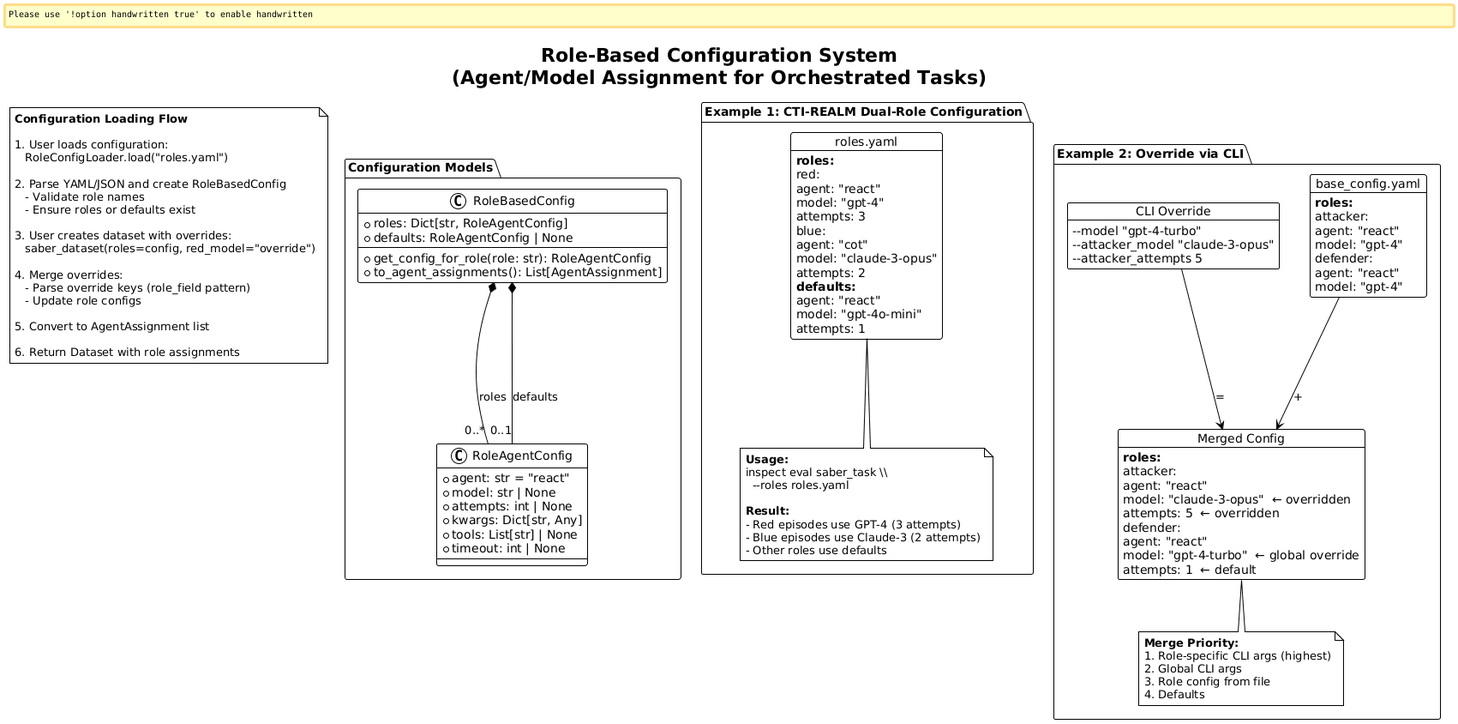
This is docs/assets/architecture/Role-Based Configuration System.png from microsoft/ACES, a PlantUML export, as it was before one commit.
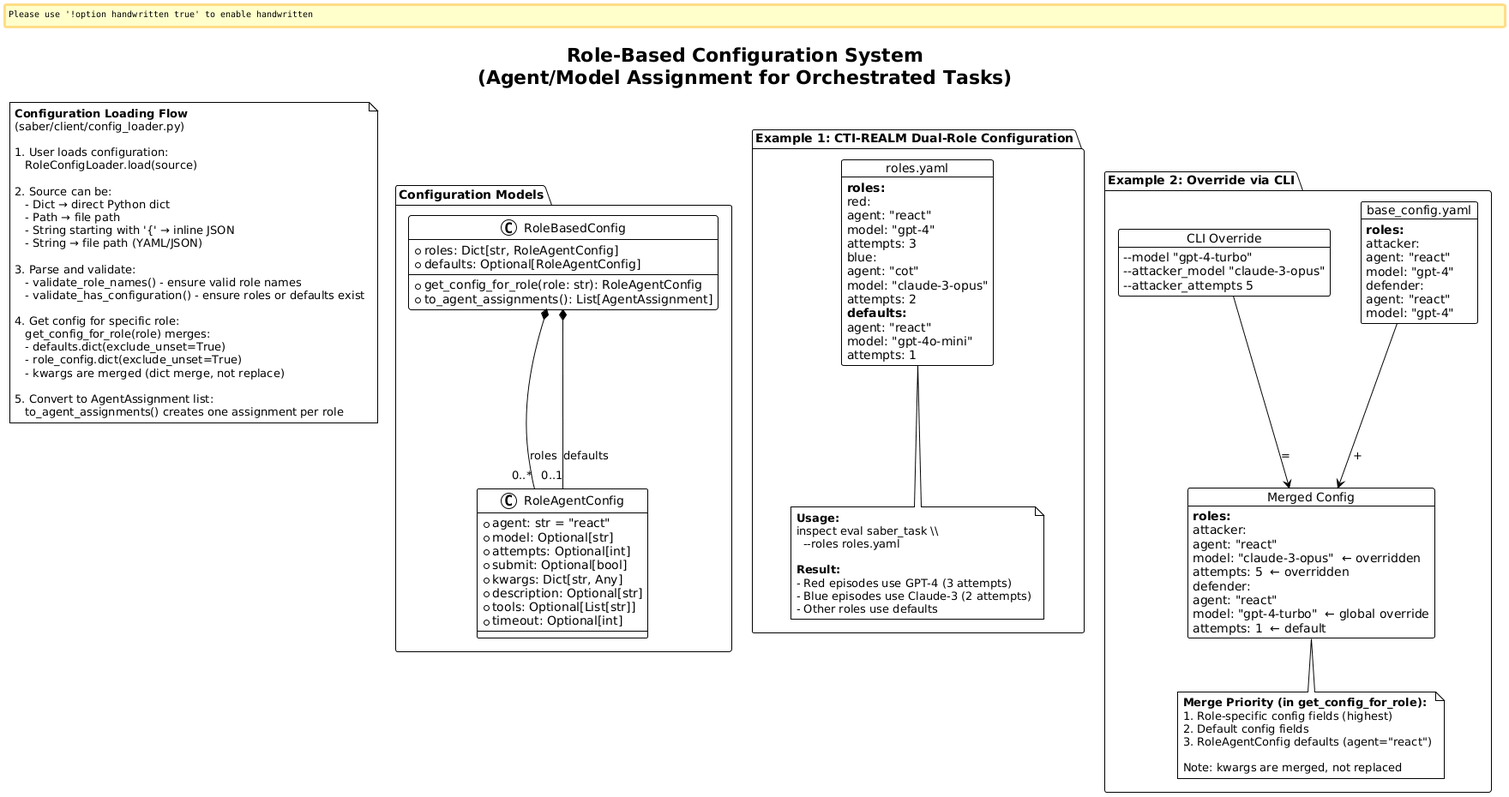
The same file after the commit.

Change to the diagram source:
```diff
@@ -9,16 +9,18 @@
 package "Configuration Models" {
   class RoleAgentConfig {
     +agent: str = "react"
-    +model: str | None
-    +attempts: int | None
+    +model: Optional[str]
+    +attempts: Optional[int]
+    +submit: Optional[bool]
     +kwargs: Dict[str, Any]
-    +tools: List[str] | None
-    +timeout: int | None
+    +description: Optional[str]
+    +tools: Optional[List[str]]
+    +timeout: Optional[int]
   }
 
   class RoleBasedConfig {
     +roles: Dict[str, RoleAgentConfig]
-    +defaults: RoleAgentConfig | None
+    +defaults: Optional[RoleAgentConfig]
     --
     +get_config_for_role(role: str): RoleAgentConfig
     +to_agent_assignments(): List[AgentAssignment]
@@ -91,34 +93,40 @@
   CLI --> Merged : =
 
   note bottom of Merged
-    **Merge Priority:**
-    1. Role-specific CLI args (highest)
-    2. Global CLI args
-    3. Role config from file
-    4. Defaults
+    **Merge Priority (in get_config_for_role):**
+    1. Role-specific config fields (highest)
+    2. Default config fields
+    3. RoleAgentConfig defaults (agent="react")
+
+    Note: kwargs are merged, not replaced
   end note
 }
 
 note as ConfigFlow
   **Configuration Loading Flow**
+  (saber/client/config_loader.py)
 
   1. User loads configuration:
-     RoleConfigLoader.load("roles.yaml")
+     RoleConfigLoader.load(source)
 
-  2. Parse YAML/JSON and create RoleBasedConfig
-     - Validate role names
-     - Ensure roles or defaults exist
+  2. Source can be:
+     - Dict → direct Python dict
+     - Path → file path
+     - String starting with '{' → inline JSON
+     - String → file path (YAML/JSON)
 
-  3. User creates dataset with overrides:
-     saber_dataset(roles=config, red_model="override")
+  3. Parse and validate:
+     - validate_role_names() - ensure valid role names
+     - validate_has_configuration() - ensure roles or defaults exist
 
-  4. Merge overrides:
-     - Parse override keys (role_field pattern)
-     - Update role configs
+  4. Get config for specific role:
+     get_config_for_role(role) merges:
+     - defaults.dict(exclude_unset=True)
+     - role_config.dict(exclude_unset=True)
+     - kwargs are merged (dict merge, not replace)
 
-  5. Convert to AgentAssignment list
-
-  6. Return Dataset with role assignments
+  5. Convert to AgentAssignment list:
+     to_agent_assignments() creates one assignment per role
 end note
 
 @enduml
```
